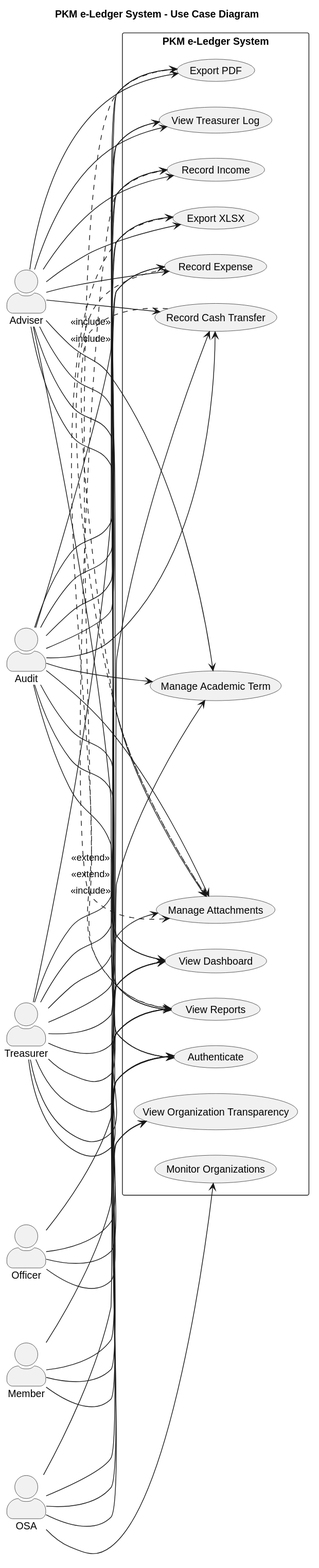
Above: docs/evidence/diagrams/use-case.svg in lucifron28/pkm-e-ledger-system (PlantUML), before the change. Source of this version:
```plantuml
@startuml
title PKM e-Ledger System - Use Case Diagram
left to right direction
skinparam packageStyle rectangle
skinparam shadowing false
skinparam actorStyle awesome

actor Treasurer
actor Adviser
actor Audit
actor Officer
actor Member
actor OSA

rectangle "PKM e-Ledger System" {
  usecase "Authenticate" as UC_Auth
  usecase "View Dashboard" as UC_Dashboard
  usecase "Manage Academic Term" as UC_Term
  usecase "Record Income" as UC_Income
  usecase "Record Expense" as UC_Expense
  usecase "Record Cash Transfer" as UC_Transfer
  usecase "Manage Attachments" as UC_Attachments
  usecase "View Treasurer Log" as UC_Log
  usecase "View Reports" as UC_Reports
  usecase "Export PDF" as UC_PDF
  usecase "Export XLSX" as UC_XLSX
  usecase "View Organization Transparency" as UC_Transparency
  usecase "Monitor Organizations" as UC_Monitor
}

Treasurer --> UC_Auth
Treasurer --> UC_Dashboard
Treasurer --> UC_Term
Treasurer --> UC_Income
Treasurer --> UC_Expense
Treasurer --> UC_Transfer
Treasurer --> UC_Attachments
Treasurer --> UC_Log
Treasurer --> UC_Reports
Treasurer --> UC_PDF
Treasurer --> UC_XLSX

Adviser --> UC_Auth
Adviser --> UC_Dashboard
Adviser --> UC_Term
Adviser --> UC_Income
Adviser --> UC_Expense
Adviser --> UC_Transfer
Adviser --> UC_Attachments
Adviser --> UC_Log
Adviser --> UC_Reports
Adviser --> UC_PDF
Adviser --> UC_XLSX

Audit --> UC_Auth
Audit --> UC_Dashboard
Audit --> UC_Term
Audit --> UC_Income
Audit --> UC_Expense
Audit --> UC_Transfer
Audit --> UC_Attachments
Audit --> UC_Log
Audit --> UC_Reports
Audit --> UC_PDF
Audit --> UC_XLSX

Officer --> UC_Auth
Officer --> UC_Dashboard
Officer --> UC_Reports
Officer --> UC_Transparency

Member --> UC_Auth
Member --> UC_Dashboard
Member --> UC_Reports
Member --> UC_Transparency

OSA --> UC_Auth
OSA --> UC_Dashboard
OSA --> UC_Monitor
OSA --> UC_Transparency
OSA --> UC_Reports

UC_Income .> UC_Attachments : <<include>>
UC_Expense .> UC_Attachments : <<include>>
UC_Transfer .> UC_Attachments : <<include>>
UC_PDF .> UC_Reports : <<extend>>
UC_XLSX .> UC_Reports : <<extend>>
@enduml
```
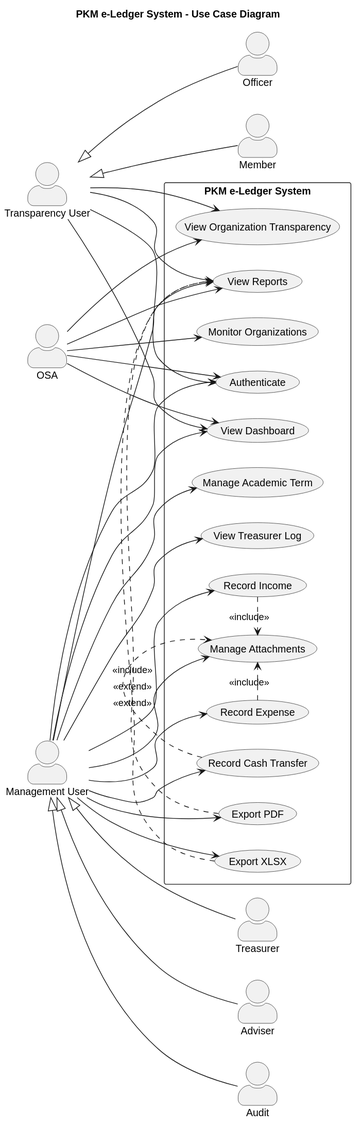
The same diagram one commit later.

Commit message:
docs(uml): simplify role inheritance diagram

What changed in the source:
```diff
@@ -5,12 +5,20 @@
 skinparam shadowing false
 skinparam actorStyle awesome
 
+actor ManagementActor as "Management User"
 actor Treasurer
 actor Adviser
 actor Audit
+actor TransparencyActor as "Transparency User"
 actor Officer
 actor Member
 actor OSA
+
+ManagementActor <|-- Treasurer
+ManagementActor <|-- Adviser
+ManagementActor <|-- Audit
+TransparencyActor <|-- Officer
+TransparencyActor <|-- Member
 
 rectangle "PKM e-Ledger System" {
   usecase "Authenticate" as UC_Auth
@@ -28,51 +36,22 @@
   usecase "Monitor Organizations" as UC_Monitor
 }
 
-Treasurer --> UC_Auth
-Treasurer --> UC_Dashboard
-Treasurer --> UC_Term
-Treasurer --> UC_Income
-Treasurer --> UC_Expense
-Treasurer --> UC_Transfer
-Treasurer --> UC_Attachments
-Treasurer --> UC_Log
-Treasurer --> UC_Reports
-Treasurer --> UC_PDF
-Treasurer --> UC_XLSX
+ManagementActor --> UC_Auth
+ManagementActor --> UC_Dashboard
+ManagementActor --> UC_Term
+ManagementActor --> UC_Income
+ManagementActor --> UC_Expense
+ManagementActor --> UC_Transfer
+ManagementActor --> UC_Attachments
+ManagementActor --> UC_Log
+ManagementActor --> UC_Reports
+ManagementActor --> UC_PDF
+ManagementActor --> UC_XLSX
 
-Adviser --> UC_Auth
-Adviser --> UC_Dashboard
-Adviser --> UC_Term
-Adviser --> UC_Income
-Adviser --> UC_Expense
-Adviser --> UC_Transfer
-Adviser --> UC_Attachments
-Adviser --> UC_Log
-Adviser --> UC_Reports
-Adviser --> UC_PDF
-Adviser --> UC_XLSX
-
-Audit --> UC_Auth
-Audit --> UC_Dashboard
-Audit --> UC_Term
-Audit --> UC_Income
-Audit --> UC_Expense
-Audit --> UC_Transfer
-Audit --> UC_Attachments
-Audit --> UC_Log
-Audit --> UC_Reports
-Audit --> UC_PDF
-Audit --> UC_XLSX
-
-Officer --> UC_Auth
-Officer --> UC_Dashboard
-Officer --> UC_Reports
-Officer --> UC_Transparency
-
-Member --> UC_Auth
-Member --> UC_Dashboard
-Member --> UC_Reports
-Member --> UC_Transparency
+TransparencyActor --> UC_Auth
+TransparencyActor --> UC_Dashboard
+TransparencyActor --> UC_Reports
+TransparencyActor --> UC_Transparency
 
 OSA --> UC_Auth
 OSA --> UC_Dashboard
```
